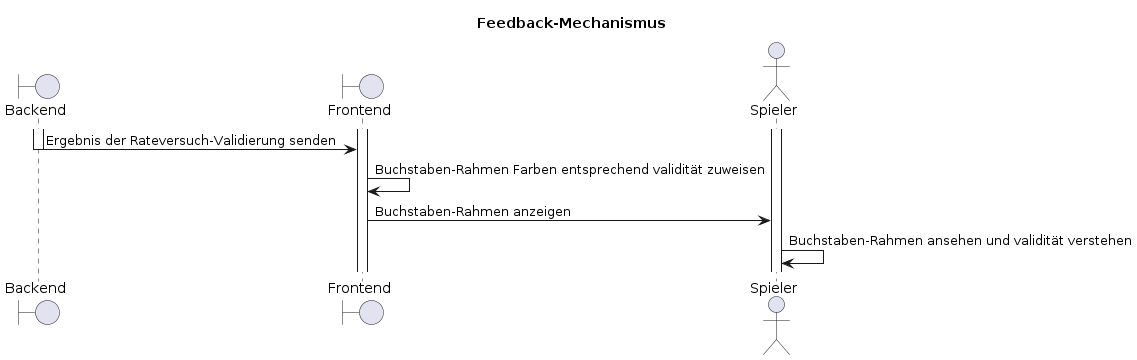
wordle-time/wordle-time keeps this PlantUML diagram as docs/requirements/F002/F002_seq.png. Above is the earlier version. The source it was exported from:
```plantuml
@startuml F002_seq
title "Feedback-Mechanismus"

boundary "Backend" as backend
boundary "Frontend" as frontend
actor "Spieler" as user

activate backend
activate frontend
activate user

backend -> frontend: Ergebnis der Rateversuch-Validierung senden
deactivate backend
frontend -> frontend: Buchstaben-Rahmen Farben entsprechend validität zuweisen
frontend -> user: Buchstaben-Rahmen anzeigen
user -> user: Buchstaben-Rahmen ansehen und validität verstehen
@enduml
```
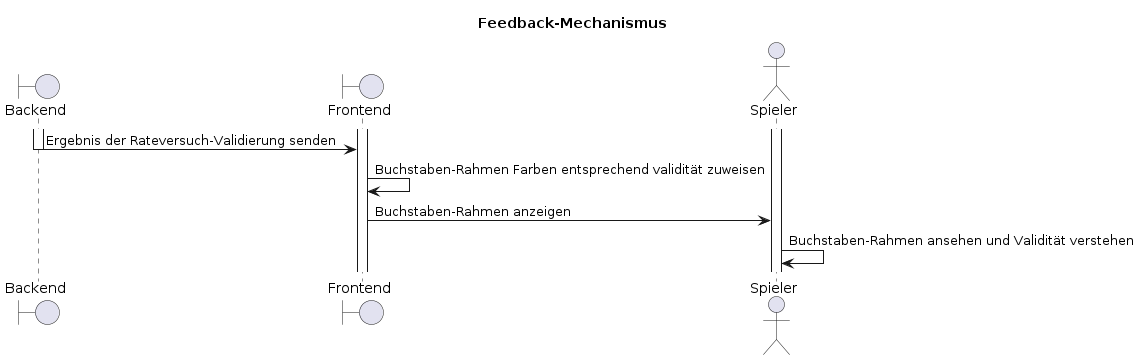
After the commit.

The edit, as a diff of the source:
```diff
@@ -13,5 +13,5 @@
 deactivate backend
 frontend -> frontend: Buchstaben-Rahmen Farben entsprechend validität zuweisen
 frontend -> user: Buchstaben-Rahmen anzeigen
-user -> user: Buchstaben-Rahmen ansehen und validität verstehen
+user -> user: Buchstaben-Rahmen ansehen und Validität verstehen
 @enduml
```
